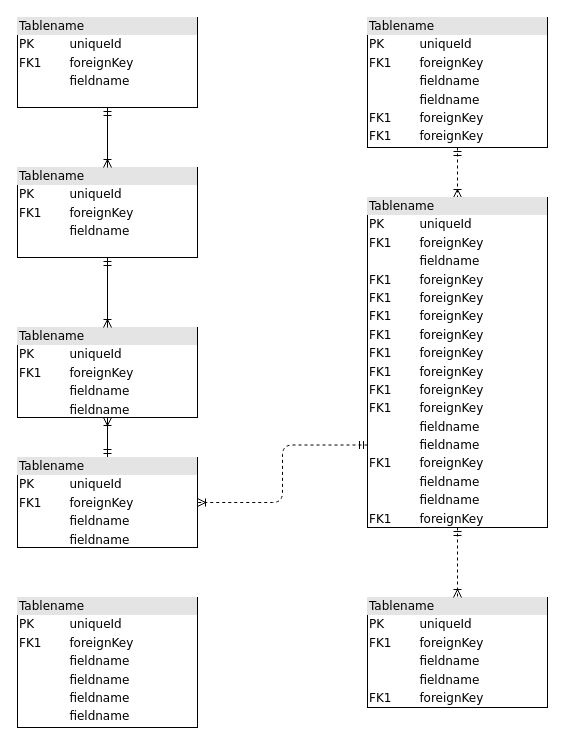
This is Untitled Diagram.drawio from Galaxical/projecPractice, a draw.io file, before an edit. Source tidied: cells renumbered, new cells numbered last; positions are measured from the earlier drawing's top-left corner, leaving out a move shared by most shapes. Both pictures are drawn from the tidied source at 100%, with x=0, y=0 at pixel (17, 17).
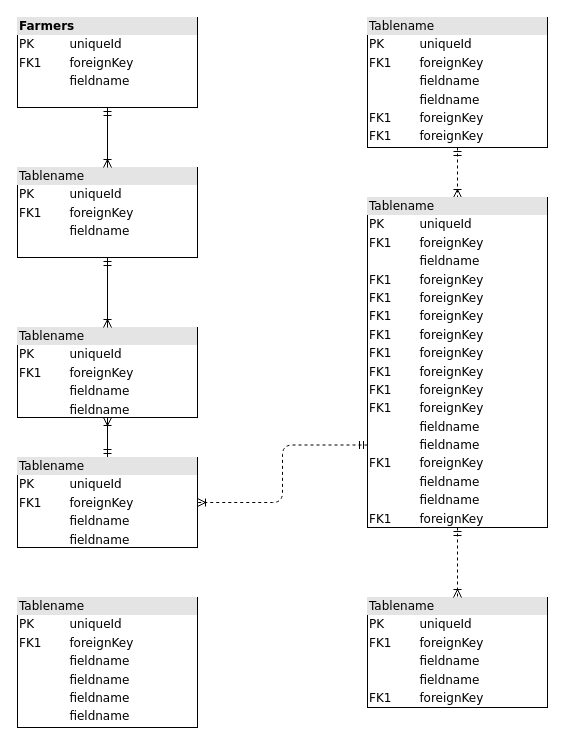
The same page after the edit.

What changed in the source:
```diff
@@
 <mxGraphModel>
   <root>
     <mxCell id="0" />
     <mxCell id="1" parent="0" />
-    <mxCell id="2" value="&lt;div style=&quot;box-sizing:border-box;width:100%;background:#e4e4e4;padding:2px;&quot;&gt;Tablename&lt;/div&gt;&lt;table style=&quot;width:100%;font-size:1em;&quot; cellpadding=&quot;2&quot; cellspacing=&quot;0&quot;&gt;&lt;tr&gt;&lt;td&gt;PK&lt;/td&gt;&lt;td&gt;uniqueId&lt;/td&gt;&lt;/tr&gt;&lt;tr&gt;&lt;td&gt;FK1&lt;/td&gt;&lt;td&gt;foreignKey&lt;/td&gt;&lt;/tr&gt;&lt;tr&gt;&lt;td&gt;&lt;/td&gt;&lt;td&gt;fieldname&lt;/td&gt;&lt;/tr&gt;&lt;/table&gt;" style="verticalAlign=top;align=left;overflow=fill;html=1;rounded=0;shadow=0;comic=0;labelBackgroundColor=none;strokeWidth=1;fontFamily=Verdana;fontSize=12;" parent="1" vertex="1">
+    <mxCell id="2" value="&lt;div style=&quot;text-align: justify; box-sizing: border-box; width: 100%; background: rgb(228, 228, 228); padding: 2px;&quot;&gt;&lt;b&gt;Farmers&lt;/b&gt;&lt;/div&gt;&lt;table style=&quot;width:100%;font-size:1em;&quot; cellpadding=&quot;2&quot; cellspacing=&quot;0&quot;&gt;&lt;tbody&gt;&lt;tr&gt;&lt;td&gt;PK&lt;/td&gt;&lt;td&gt;uniqueId&lt;/td&gt;&lt;/tr&gt;&lt;tr&gt;&lt;td&gt;FK1&lt;/td&gt;&lt;td&gt;foreignKey&lt;/td&gt;&lt;/tr&gt;&lt;tr&gt;&lt;td&gt;&lt;/td&gt;&lt;td&gt;fieldname&lt;/td&gt;&lt;/tr&gt;&lt;/tbody&gt;&lt;/table&gt;" style="verticalAlign=top;align=left;overflow=fill;html=1;rounded=0;shadow=0;comic=0;labelBackgroundColor=none;strokeWidth=1;fontFamily=Verdana;fontSize=12;" parent="1" vertex="1">
       <mxGeometry width="180" height="90" as="geometry" />
     </mxCell>
     <mxCell id="3" style="edgeStyle=orthogonalEdgeStyle;html=1;entryX=0.5;entryY=0;dashed=1;labelBackgroundColor=none;startArrow=ERmandOne;endArrow=ERoneToMany;fontFamily=Verdana;fontSize=12;align=left;" parent="1" edge="1" source="4" target="13">
       <mxGeometry relative="1" as="geometry" />
     </mxCell>
     <mxCell id="4" value="&lt;div style=&quot;box-sizing: border-box ; width: 100% ; background: #e4e4e4 ; padding: 2px&quot;&gt;Tablename&lt;/div&gt;&lt;table style=&quot;width: 100% ; font-size: 1em&quot; cellpadding=&quot;2&quot; cellspacing=&quot;0&quot;&gt;&lt;tbody&gt;&lt;tr&gt;&lt;td&gt;PK&lt;/td&gt;&lt;td&gt;uniqueId&lt;/td&gt;&lt;/tr&gt;&lt;tr&gt;&lt;td&gt;FK1&lt;/td&gt;&lt;td&gt;foreignKey&lt;/td&gt;&lt;/tr&gt;&lt;tr&gt;&lt;td&gt;&lt;/td&gt;&lt;td&gt;fieldname&lt;/td&gt;&lt;/tr&gt;&lt;tr&gt;&lt;td&gt;&lt;br&gt;&lt;/td&gt;&lt;td&gt;fieldname&lt;br&gt;&lt;/td&gt;&lt;/tr&gt;&lt;tr&gt;&lt;td&gt;FK1&lt;br&gt;&lt;/td&gt;&lt;td&gt;foreignKey&lt;br&gt;&lt;/td&gt;&lt;/tr&gt;&lt;tr&gt;&lt;td&gt;FK1&lt;br&gt;&lt;/td&gt;&lt;td&gt;foreignKey&lt;br&gt;&lt;/td&gt;&lt;/tr&gt;&lt;/tbody&gt;&lt;/table&gt;" style="verticalAlign=top;align=left;overflow=fill;html=1;rounded=0;shadow=0;comic=0;labelBackgroundColor=none;strokeWidth=1;fontFamily=Verdana;fontSize=12;" parent="1" vertex="1">
       <mxGeometry x="350" width="180" height="130" as="geometry" />
     </mxCell>
     <mxCell id="5" style="edgeStyle=orthogonalEdgeStyle;html=1;labelBackgroundColor=none;startArrow=ERmandOne;endArrow=ERoneToMany;fontFamily=Verdana;fontSize=12;align=left;" parent="1" edge="1" source="7" target="8">
       <mxGeometry relative="1" as="geometry" />
     </mxCell>
     <mxCell id="6" style="edgeStyle=orthogonalEdgeStyle;html=1;exitX=0;exitY=0.75;entryX=1;entryY=0.5;dashed=1;labelBackgroundColor=none;startArrow=ERmandOne;endArrow=ERoneToMany;fontFamily=Verdana;fontSize=12;align=left;" parent="1" edge="1" source="13" target="7">
       <mxGeometry relative="1" as="geometry" />
     </mxCell>
     <mxCell id="7" value="&lt;div style=&quot;box-sizing: border-box ; width: 100% ; background: #e4e4e4 ; padding: 2px&quot;&gt;Tablename&lt;/div&gt;&lt;table style=&quot;width: 100% ; font-size: 1em&quot; cellpadding=&quot;2&quot; cellspacing=&quot;0&quot;&gt;&lt;tbody&gt;&lt;tr&gt;&lt;td&gt;PK&lt;/td&gt;&lt;td&gt;uniqueId&lt;/td&gt;&lt;/tr&gt;&lt;tr&gt;&lt;td&gt;FK1&lt;/td&gt;&lt;td&gt;foreignKey&lt;/td&gt;&lt;/tr&gt;&lt;tr&gt;&lt;td&gt;&lt;/td&gt;&lt;td&gt;fieldname&lt;/td&gt;&lt;/tr&gt;&lt;tr&gt;&lt;td&gt;&lt;br&gt;&lt;/td&gt;&lt;td&gt;fieldname&lt;br&gt;&lt;/td&gt;&lt;/tr&gt;&lt;/tbody&gt;&lt;/table&gt;" style="verticalAlign=top;align=left;overflow=fill;html=1;rounded=0;shadow=0;comic=0;labelBackgroundColor=none;strokeWidth=1;fontFamily=Verdana;fontSize=12;" parent="1" vertex="1">
       <mxGeometry y="440" width="180" height="90" as="geometry" />
     </mxCell>
     <mxCell id="8" value="&lt;div style=&quot;box-sizing: border-box ; width: 100% ; background: #e4e4e4 ; padding: 2px&quot;&gt;Tablename&lt;/div&gt;&lt;table style=&quot;width: 100% ; font-size: 1em&quot; cellpadding=&quot;2&quot; cellspacing=&quot;0&quot;&gt;&lt;tbody&gt;&lt;tr&gt;&lt;td&gt;PK&lt;/td&gt;&lt;td&gt;uniqueId&lt;/td&gt;&lt;/tr&gt;&lt;tr&gt;&lt;td&gt;FK1&lt;/td&gt;&lt;td&gt;foreignKey&lt;/td&gt;&lt;/tr&gt;&lt;tr&gt;&lt;td&gt;&lt;/td&gt;&lt;td&gt;fieldname&lt;/td&gt;&lt;/tr&gt;&lt;tr&gt;&lt;td&gt;&lt;br&gt;&lt;/td&gt;&lt;td&gt;fieldname&lt;br&gt;&lt;/td&gt;&lt;/tr&gt;&lt;/tbody&gt;&lt;/table&gt;" style="verticalAlign=top;align=left;overflow=fill;html=1;rounded=0;shadow=0;comic=0;labelBackgroundColor=none;strokeWidth=1;fontFamily=Verdana;fontSize=12;" parent="1" vertex="1">
       <mxGeometry y="310" width="180" height="90" as="geometry" />
     </mxCell>
     <mxCell id="9" style="edgeStyle=orthogonalEdgeStyle;html=1;entryX=0.5;entryY=0;labelBackgroundColor=none;startArrow=ERmandOne;endArrow=ERoneToMany;fontFamily=Verdana;fontSize=12;align=left;" parent="1" edge="1" source="10" target="8">
       <mxGeometry relative="1" as="geometry" />
     </mxCell>
     <mxCell id="10" value="&lt;div style=&quot;box-sizing:border-box;width:100%;background:#e4e4e4;padding:2px;&quot;&gt;Tablename&lt;/div&gt;&lt;table style=&quot;width:100%;font-size:1em;&quot; cellpadding=&quot;2&quot; cellspacing=&quot;0&quot;&gt;&lt;tr&gt;&lt;td&gt;PK&lt;/td&gt;&lt;td&gt;uniqueId&lt;/td&gt;&lt;/tr&gt;&lt;tr&gt;&lt;td&gt;FK1&lt;/td&gt;&lt;td&gt;foreignKey&lt;/td&gt;&lt;/tr&gt;&lt;tr&gt;&lt;td&gt;&lt;/td&gt;&lt;td&gt;fieldname&lt;/td&gt;&lt;/tr&gt;&lt;/table&gt;" style="verticalAlign=top;align=left;overflow=fill;html=1;rounded=0;shadow=0;comic=0;labelBackgroundColor=none;strokeWidth=1;fontFamily=Verdana;fontSize=12;" parent="1" vertex="1">
       <mxGeometry y="150" width="180" height="90" as="geometry" />
     </mxCell>
     <mxCell id="11" value="&lt;div style=&quot;box-sizing: border-box ; width: 100% ; background: #e4e4e4 ; padding: 2px&quot;&gt;Tablename&lt;/div&gt;&lt;table style=&quot;width: 100% ; font-size: 1em&quot; cellpadding=&quot;2&quot; cellspacing=&quot;0&quot;&gt;&lt;tbody&gt;&lt;tr&gt;&lt;td&gt;PK&lt;/td&gt;&lt;td&gt;uniqueId&lt;/td&gt;&lt;/tr&gt;&lt;tr&gt;&lt;td&gt;FK1&lt;/td&gt;&lt;td&gt;foreignKey&lt;/td&gt;&lt;/tr&gt;&lt;tr&gt;&lt;td&gt;&lt;/td&gt;&lt;td&gt;fieldname&lt;/td&gt;&lt;/tr&gt;&lt;tr&gt;&lt;td&gt;&lt;br&gt;&lt;/td&gt;&lt;td&gt;fieldname&lt;br&gt;&lt;/td&gt;&lt;/tr&gt;&lt;tr&gt;&lt;td&gt;FK1&lt;br&gt;&lt;/td&gt;&lt;td&gt;foreignKey&lt;br&gt;&lt;/td&gt;&lt;/tr&gt;&lt;/tbody&gt;&lt;/table&gt;" style="verticalAlign=top;align=left;overflow=fill;html=1;rounded=0;shadow=0;comic=0;labelBackgroundColor=none;strokeWidth=1;fontFamily=Verdana;fontSize=12;" parent="1" vertex="1">
       <mxGeometry x="350" y="580" width="180" height="110" as="geometry" />
     </mxCell>
     <mxCell id="12" style="edgeStyle=orthogonalEdgeStyle;html=1;entryX=0.5;entryY=0;labelBackgroundColor=none;startArrow=ERmandOne;endArrow=ERoneToMany;fontFamily=Verdana;fontSize=12;align=left;dashed=1;" parent="1" edge="1" source="13" target="11">
       <mxGeometry relative="1" as="geometry" />
     </mxCell>
     <mxCell id="13" value="&lt;div style=&quot;box-sizing: border-box ; width: 100% ; background: #e4e4e4 ; padding: 2px&quot;&gt;Tablename&lt;/div&gt;&lt;table style=&quot;width: 100% ; font-size: 1em&quot; cellpadding=&quot;2&quot; cellspacing=&quot;0&quot;&gt;&lt;tbody&gt;&lt;tr&gt;&lt;td&gt;PK&lt;/td&gt;&lt;td&gt;uniqueId&lt;/td&gt;&lt;/tr&gt;&lt;tr&gt;&lt;td&gt;FK1&lt;/td&gt;&lt;td&gt;foreignKey&lt;/td&gt;&lt;/tr&gt;&lt;tr&gt;&lt;td&gt;&lt;/td&gt;&lt;td&gt;fieldname&lt;/td&gt;&lt;/tr&gt;&lt;tr&gt;&lt;td&gt;FK1&lt;br&gt;&lt;/td&gt;&lt;td&gt;foreignKey&lt;br&gt;&lt;/td&gt;&lt;/tr&gt;&lt;tr&gt;&lt;td&gt;FK1&lt;br&gt;&lt;/td&gt;&lt;td&gt;foreignKey&lt;br&gt;&lt;/td&gt;&lt;/tr&gt;&lt;tr&gt;&lt;td&gt;FK1&lt;br&gt;&lt;/td&gt;&lt;td&gt;foreignKey&lt;br&gt;&lt;/td&gt;&lt;/tr&gt;&lt;tr&gt;&lt;td&gt;FK1&lt;br&gt;&lt;/td&gt;&lt;td&gt;foreignKey&lt;br&gt;&lt;/td&gt;&lt;/tr&gt;&lt;tr&gt;&lt;td&gt;FK1&lt;br&gt;&lt;/td&gt;&lt;td&gt;foreignKey&lt;br&gt;&lt;/td&gt;&lt;/tr&gt;&lt;tr&gt;&lt;td&gt;FK1&lt;br&gt;&lt;/td&gt;&lt;td&gt;foreignKey&lt;br&gt;&lt;/td&gt;&lt;/tr&gt;&lt;tr&gt;&lt;td&gt;FK1&lt;br&gt;&lt;/td&gt;&lt;td&gt;foreignKey&lt;br&gt;&lt;/td&gt;&lt;/tr&gt;&lt;tr&gt;&lt;td&gt;FK1&lt;br&gt;&lt;/td&gt;&lt;td&gt;foreignKey&lt;br&gt;&lt;/td&gt;&lt;/tr&gt;&lt;tr&gt;&lt;td&gt;&lt;br&gt;&lt;/td&gt;&lt;td&gt;fieldname&lt;br&gt;&lt;/td&gt;&lt;/tr&gt;&lt;tr&gt;&lt;td&gt;&lt;br&gt;&lt;/td&gt;&lt;td&gt;fieldname&lt;br&gt;&lt;/td&gt;&lt;/tr&gt;&lt;tr&gt;&lt;td&gt;FK1&lt;br&gt;&lt;/td&gt;&lt;td&gt;foreignKey&lt;br&gt;&lt;/td&gt;&lt;/tr&gt;&lt;tr&gt;&lt;td&gt;&lt;br&gt;&lt;/td&gt;&lt;td&gt;fieldname&lt;br&gt;&lt;/td&gt;&lt;/tr&gt;&lt;tr&gt;&lt;td&gt;&lt;br&gt;&lt;/td&gt;&lt;td&gt;fieldname&lt;br&gt;&lt;/td&gt;&lt;/tr&gt;&lt;tr&gt;&lt;td&gt;FK1&lt;br&gt;&lt;/td&gt;&lt;td&gt;foreignKey&lt;br&gt;&lt;/td&gt;&lt;/tr&gt;&lt;/tbody&gt;&lt;/table&gt;" style="verticalAlign=top;align=left;overflow=fill;html=1;rounded=0;shadow=0;comic=0;labelBackgroundColor=none;strokeWidth=1;fontFamily=Verdana;fontSize=12;" parent="1" vertex="1">
       <mxGeometry x="350" y="180" width="180" height="330" as="geometry" />
     </mxCell>
     <mxCell id="14" style="edgeStyle=orthogonalEdgeStyle;html=1;entryX=0.5;entryY=0;dashed=1;labelBackgroundColor=none;startArrow=ERmandOne;endArrow=ERoneToMany;fontFamily=Verdana;fontSize=12;align=left;" parent="1" edge="1">
       <mxGeometry relative="1" as="geometry">
         <mxPoint x="674" y="350" as="sourcePoint" />
       </mxGeometry>
     </mxCell>
     <mxCell id="15" value="&lt;div style=&quot;box-sizing: border-box ; width: 100% ; background: #e4e4e4 ; padding: 2px&quot;&gt;Tablename&lt;/div&gt;&lt;table style=&quot;width: 100% ; font-size: 1em&quot; cellpadding=&quot;2&quot; cellspacing=&quot;0&quot;&gt;&lt;tbody&gt;&lt;tr&gt;&lt;td&gt;PK&lt;/td&gt;&lt;td&gt;uniqueId&lt;/td&gt;&lt;/tr&gt;&lt;tr&gt;&lt;td&gt;FK1&lt;/td&gt;&lt;td&gt;foreignKey&lt;/td&gt;&lt;/tr&gt;&lt;tr&gt;&lt;td&gt;&lt;/td&gt;&lt;td&gt;fieldname&lt;/td&gt;&lt;/tr&gt;&lt;tr&gt;&lt;td&gt;&lt;br&gt;&lt;/td&gt;&lt;td&gt;fieldname&lt;br&gt;&lt;/td&gt;&lt;/tr&gt;&lt;tr&gt;&lt;td&gt;&lt;br&gt;&lt;/td&gt;&lt;td&gt;fieldname&lt;br&gt;&lt;/td&gt;&lt;/tr&gt;&lt;tr&gt;&lt;td&gt;&lt;br&gt;&lt;/td&gt;&lt;td&gt;fieldname&lt;br&gt;&lt;/td&gt;&lt;/tr&gt;&lt;/tbody&gt;&lt;/table&gt;" style="verticalAlign=top;align=left;overflow=fill;html=1;rounded=0;shadow=0;comic=0;labelBackgroundColor=none;strokeWidth=1;fontFamily=Verdana;fontSize=12;" parent="1" vertex="1">
       <mxGeometry y="580" width="180" height="130" as="geometry" />
     </mxCell>
     <mxCell id="16" style="edgeStyle=orthogonalEdgeStyle;html=1;endArrow=ERoneToMany;startArrow=ERmandOne;labelBackgroundColor=none;fontFamily=Verdana;fontSize=12;align=left;exitX=0.5;exitY=1;entryX=0.5;entryY=0;" parent="1" edge="1" source="2" target="10">
       <mxGeometry relative="1" as="geometry" />
     </mxCell>
   </root>
 </mxGraphModel>
```
